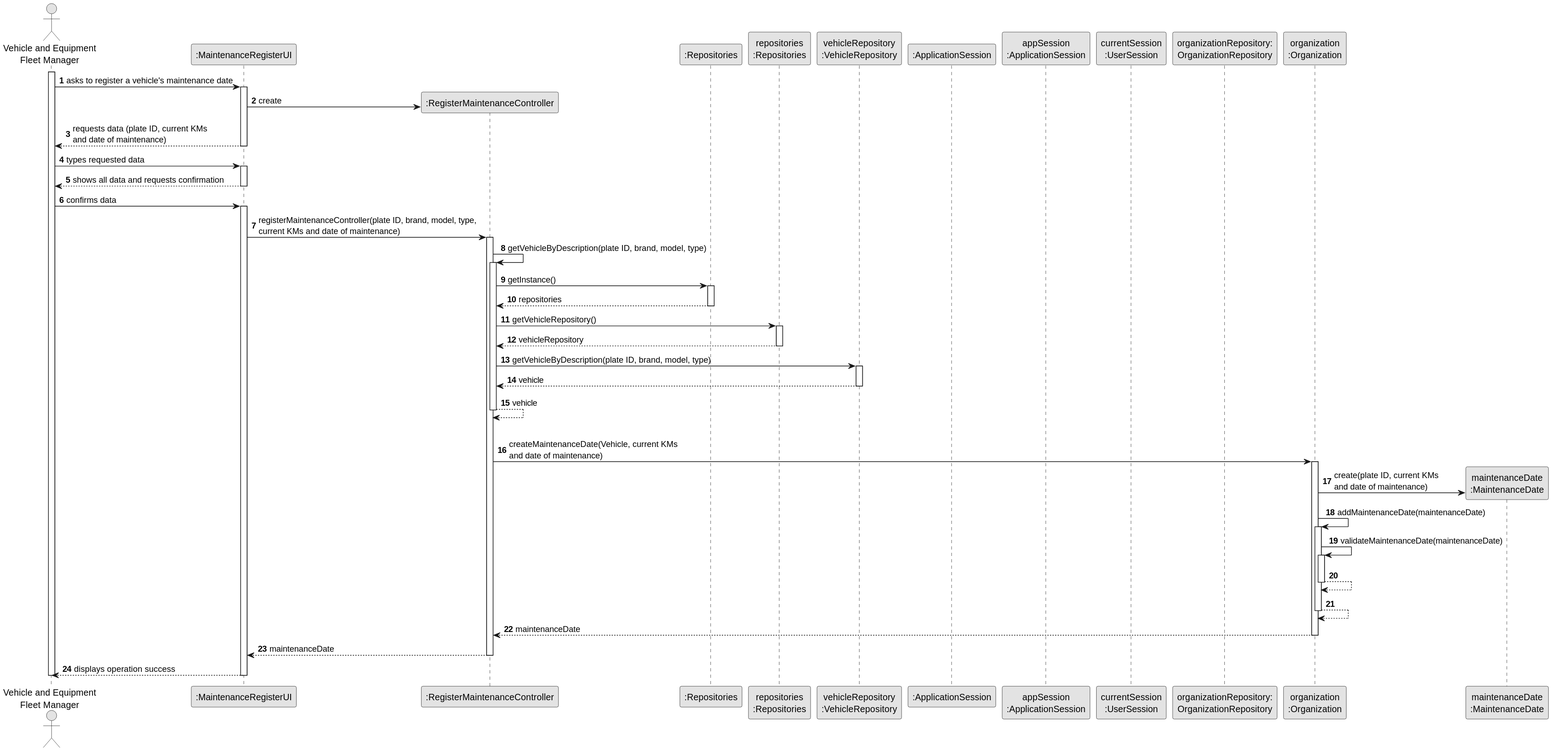
Before: docs/sprint2/us007/03.design/svg/us007-sequence-diagram-full.svg, a diagram exported from PlantUML (tiagosoa/lei-24-s2-1dgh-g073). The source it was exported from:
```plantuml
@startuml
skinparam monochrome true
skinparam packageStyle rectangle
skinparam shadowing false

autonumber

actor "Vehicle and Equipment\nFleet Manager" as VEFL
participant ":MaintenanceRegisterUI" as UI
participant ":RegisterMaintenanceController" as RMC
participant ":Repositories" as RepositorySingleton
participant ":Repositories" as RepositorySingleton
participant "repositories\n:Repositories" as PLAT
participant "vehicleRepository\n:VehicleRepository" as VR
participant ":ApplicationSession" as _APP
participant "appSession\n:ApplicationSession" as APP
participant "currentSession\n:UserSession" as SESSAO
participant "organizationRepository:\nOrganizationRepository" as OrganizationRepository
participant "organization\n:Organization" as ORG
participant "maintenanceDate\n:MaintenanceDate" as DATE

activate VEFL

        VEFL -> UI : asks to register a vehicle's maintenance date

        activate UI

            UI -> RMC** : create



            UI --> VEFL : requests data (plate ID, current KMs \nand date of maintenance)
        deactivate UI

    VEFL -> UI : types requested data
    activate UI

        UI --> VEFL : shows all data and requests confirmation
    deactivate UI

    VEFL -> UI : confirms data
    activate UI

        UI -> RMC : registerMaintenanceController(plate ID, brand, model, type, \ncurrent KMs and date of maintenance)
        activate RMC

                RMC -> RMC : getVehicleByDescription(plate ID, brand, model, type)
                activate RMC

                    RMC -> RepositorySingleton : getInstance()
                    activate RepositorySingleton

                        RepositorySingleton --> RMC: repositories
                    deactivate RepositorySingleton

                    RMC -> PLAT : getVehicleRepository()
                    activate PLAT

                        PLAT --> RMC : vehicleRepository
                    deactivate PLAT

                    RMC -> VR : getVehicleByDescription(plate ID, brand, model, type)
                    activate VR

                        VR --> RMC : vehicle
                    deactivate VR

                    RMC --> RMC : vehicle

                deactivate RMC

            |||
            RMC -> ORG: createMaintenanceDate(Vehicle, current KMs \nand date of maintenance)
            activate ORG

                ORG -> DATE**: create(plate ID, current KMs \nand date of maintenance)
                ORG -> ORG: addMaintenanceDate(maintenanceDate)


                activate ORG
                    ORG -> ORG: validateMaintenanceDate(maintenanceDate)
                    activate ORG
                        ORG --> ORG
                    deactivate ORG

                    ORG --> ORG
                deactivate ORG

                ORG --> RMC : maintenanceDate

            deactivate ORG

            RMC --> UI: maintenanceDate
        deactivate RMC
            UI --> VEFL: displays operation success
    deactivate UI

deactivate VEFL
@enduml
```
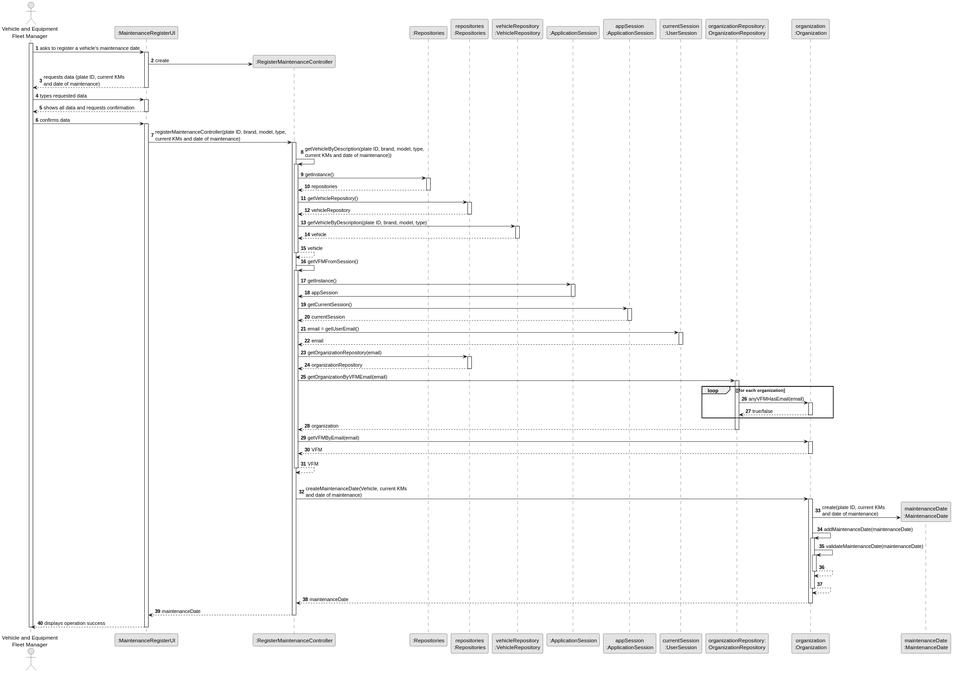
Later version of the same file.

Change to the diagram source:
```diff
@@ -44,7 +44,7 @@
         UI -> RMC : registerMaintenanceController(plate ID, brand, model, type, \ncurrent KMs and date of maintenance)
         activate RMC
 
-                RMC -> RMC : getVehicleByDescription(plate ID, brand, model, type)
+                RMC -> RMC : getVehicleByDescription(plate ID, brand, model, type, \ncurrent KMs and date of maintenance))
                 activate RMC
 
                     RMC -> RepositorySingleton : getInstance()
@@ -68,6 +68,57 @@
                     RMC --> RMC : vehicle
 
                 deactivate RMC
+
+                RMC -> RMC : getVFMFromSession()
+                            activate RMC
+
+                                RMC -> _APP: getInstance()
+                                activate _APP
+                                    _APP -> RMC: appSession
+                                deactivate _APP
+
+
+                                RMC -> APP: getCurrentSession()
+                                activate APP
+
+                                    APP --> RMC: currentSession
+                                deactivate APP
+
+                                RMC -> SESSAO: email = getUserEmail()
+                                activate SESSAO
+
+                                    SESSAO --> RMC: email
+                                deactivate SESSAO
+
+
+                                RMC -> PLAT: getOrganizationRepository(email)
+                                activate PLAT
+
+                                    PLAT --> RMC: organizationRepository
+                                deactivate PLAT
+
+
+                                RMC -> OrganizationRepository: getOrganizationByVFMEmail(email)
+                                activate OrganizationRepository
+
+                                    loop [for each organization
+                                        OrganizationRepository -> ORG : anyVFMHasEmail(email)
+                                        activate ORG
+
+                                             ORG --> OrganizationRepository : true/false
+                                        deactivate ORG
+                                    end
+                                    OrganizationRepository --> RMC : organization
+                                deactivate OrganizationRepository
+
+                                RMC -> ORG: getVFMByEmail(email)
+                                activate ORG
+
+                                    ORG --> RMC : VFM
+                                deactivate ORG
+
+                                RMC --> RMC : VFM
+                            deactivate RMC
 
             |||
             RMC -> ORG: createMaintenanceDate(Vehicle, current KMs \nand date of maintenance)
```
